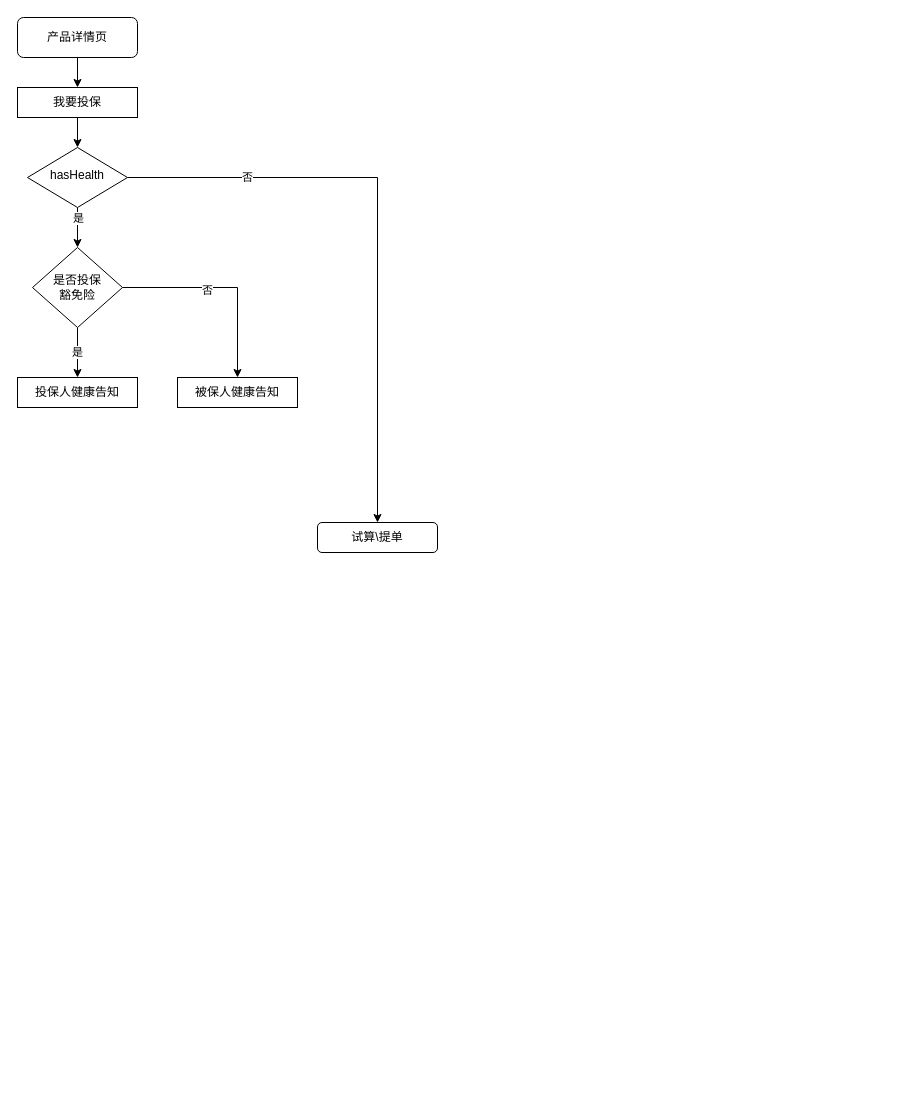
Above: 未命名绘图.drawio in tiantangmowang/diagrams (draw.io), before the change. Source tidied: cells renumbered, new cells numbered last; positions are measured from the earlier drawing's top-left corner, leaving out a move shared by most shapes. Both pictures are drawn from the tidied source at 100%, with x=0, y=0 at pixel (17, 17).
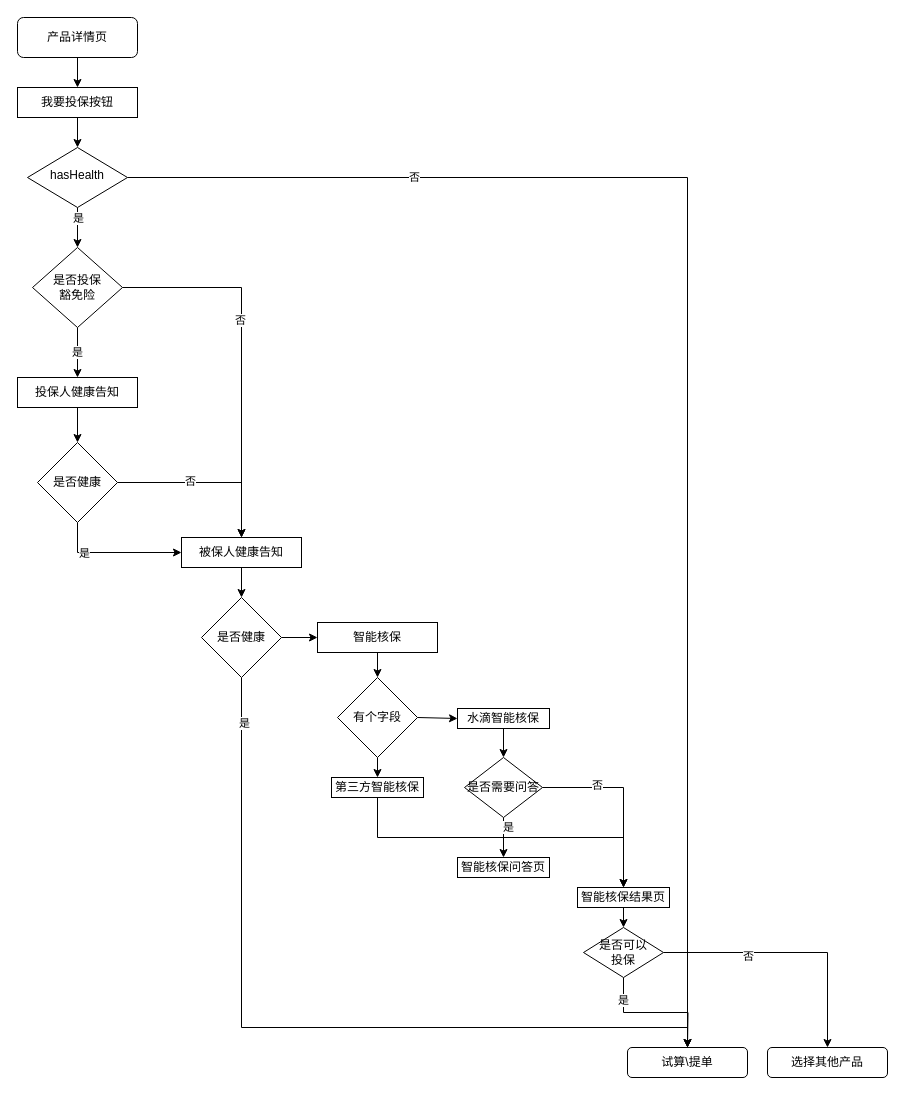
The same diagram, later.

Commit message:
更新未命名绘图.drawio

Unchanged cells that the change refers to:
```xml
<mxCell id="16" value="投保人健康告知" style="rounded=0;whiteSpace=wrap;html=1;" parent="1" vertex="1">
  <mxGeometry y="360" width="120" height="30" as="geometry" />
</mxCell>
```

The edit, as a diff of the source:
```diff
@@
-    <mxCell id="10" value="我要投保" style="rounded=0;whiteSpace=wrap;html=1;" parent="1" vertex="1">
+    <mxCell id="10" value="我要投保按钮" style="rounded=0;whiteSpace=wrap;html=1;" parent="1" vertex="1">
       <mxGeometry y="70" width="120" height="30" as="geometry" />
     </mxCell>
     <mxCell id="11" value="试算\提单" style="rounded=1;whiteSpace=wrap;html=1;" parent="1" vertex="1">
-      <mxGeometry x="300" y="505" width="120" height="30" as="geometry" />
+      <mxGeometry x="610" y="1030" width="120" height="30" as="geometry" />
     </mxCell>
@@
+    <mxCell id="18" style="edgeStyle=none;rounded=0;jettySize=auto;html=1;exitX=0.5;exitY=1;exitDx=0;exitDy=0;" parent="1" edge="1" source="16" target="24">
+      <mxGeometry relative="1" as="geometry" />
+    </mxCell>
@@
+    <mxCell id="19" style="edgeStyle=none;rounded=0;jettySize=auto;html=1;exitX=0.5;exitY=1;exitDx=0;exitDy=0;" parent="1" edge="1" source="17" target="28">
+      <mxGeometry relative="1" as="geometry" />
+    </mxCell>
     <mxCell id="17" value="被保人健康告知" style="rounded=0;whiteSpace=wrap;html=1;" parent="1" vertex="1">
-      <mxGeometry x="160" y="360" width="120" height="30" as="geometry" />
+      <mxGeometry x="164" y="520" width="120" height="30" as="geometry" />
     </mxCell>
+    <mxCell id="20" style="edgeStyle=orthogonalEdgeStyle;rounded=0;jettySize=auto;html=1;exitX=0.5;exitY=1;exitDx=0;exitDy=0;entryX=0;entryY=0.5;entryDx=0;entryDy=0;" parent="1" edge="1" source="24" target="17">
+      <mxGeometry relative="1" as="geometry" />
+    </mxCell>
+    <mxCell id="21" value="是" style="edgeLabel;html=1;align=center;verticalAlign=middle;" parent="20" vertex="1">
+      <mxGeometry x="-0.46" relative="1" as="geometry" />
+    </mxCell>
+    <mxCell id="22" style="edgeStyle=orthogonalEdgeStyle;rounded=0;jettySize=auto;html=1;exitX=1;exitY=0.5;exitDx=0;exitDy=0;entryX=0.5;entryY=0;entryDx=0;entryDy=0;" parent="1" edge="1" source="24" target="17">
+      <mxGeometry relative="1" as="geometry" />
+    </mxCell>
+    <mxCell id="23" value="否" style="edgeLabel;html=1;align=center;verticalAlign=middle;" parent="22" vertex="1">
+      <mxGeometry x="-0.19" y="2" relative="1" as="geometry" />
+    </mxCell>
+    <mxCell id="24" value="是否健康" style="rhombus;whiteSpace=wrap;html=1;" parent="1" vertex="1">
+      <mxGeometry x="20" y="425" width="80" height="80" as="geometry" />
+    </mxCell>
+    <mxCell id="25" style="edgeStyle=orthogonalEdgeStyle;rounded=0;jettySize=auto;html=1;exitX=0.5;exitY=1;exitDx=0;exitDy=0;entryX=0.5;entryY=0;entryDx=0;entryDy=0;" parent="1" edge="1" source="28" target="11">
+      <mxGeometry relative="1" as="geometry">
+        <Array as="points">
+          <mxPoint x="224" y="1010" />
+          <mxPoint x="670" y="1010" />
+        </Array>
+      </mxGeometry>
+    </mxCell>
+    <mxCell id="26" value="是" style="edgeLabel;html=1;align=center;verticalAlign=middle;" parent="25" vertex="1">
+      <mxGeometry x="-0.89" y="2" relative="1" as="geometry" />
+    </mxCell>
+    <mxCell id="27" style="edgeStyle=orthogonalEdgeStyle;rounded=0;jettySize=auto;html=1;exitX=1;exitY=0.5;exitDx=0;exitDy=0;entryX=0;entryY=0.5;entryDx=0;entryDy=0;" parent="1" edge="1" source="28" target="30">
+      <mxGeometry relative="1" as="geometry" />
+    </mxCell>
+    <mxCell id="28" value="是否健康" style="rhombus;whiteSpace=wrap;html=1;" parent="1" vertex="1">
+      <mxGeometry x="184" y="580" width="80" height="80" as="geometry" />
+    </mxCell>
+    <mxCell id="29" style="edgeStyle=none;rounded=0;jettySize=auto;html=1;exitX=0.5;exitY=1;exitDx=0;exitDy=0;" parent="1" edge="1" source="30" target="33">
+      <mxGeometry relative="1" as="geometry" />
+    </mxCell>
+    <mxCell id="30" value="智能核保" style="rounded=0;whiteSpace=wrap;html=1;" parent="1" vertex="1">
+      <mxGeometry x="300" y="605" width="120" height="30" as="geometry" />
+    </mxCell>
+    <mxCell id="31" style="edgeStyle=none;rounded=0;jettySize=auto;html=1;exitX=0.5;exitY=1;exitDx=0;exitDy=0;entryX=0.5;entryY=0;entryDx=0;entryDy=0;" parent="1" edge="1" source="33" target="35">
+      <mxGeometry relative="1" as="geometry" />
+    </mxCell>
+    <mxCell id="32" style="edgeStyle=none;rounded=0;jettySize=auto;html=1;exitX=1;exitY=0.5;exitDx=0;exitDy=0;entryX=0;entryY=0.5;entryDx=0;entryDy=0;" parent="1" edge="1" source="33" target="37">
+      <mxGeometry relative="1" as="geometry" />
+    </mxCell>
+    <mxCell id="33" value="有个字段" style="rhombus;whiteSpace=wrap;html=1;" parent="1" vertex="1">
+      <mxGeometry x="320" y="660" width="80" height="80" as="geometry" />
+    </mxCell>
+    <mxCell id="34" style="edgeStyle=orthogonalEdgeStyle;rounded=0;jettySize=auto;html=1;exitX=0.5;exitY=1;exitDx=0;exitDy=0;" parent="1" edge="1" source="35" target="45">
+      <mxGeometry relative="1" as="geometry">
+        <Array as="points">
+          <mxPoint x="360" y="820" />
+          <mxPoint x="606" y="820" />
+        </Array>
+      </mxGeometry>
+    </mxCell>
+    <mxCell id="35" value="第三方智能核保" style="rounded=0;whiteSpace=wrap;html=1;" parent="1" vertex="1">
+      <mxGeometry x="314" y="760" width="92" height="20" as="geometry" />
+    </mxCell>
+    <mxCell id="36" style="edgeStyle=none;rounded=0;jettySize=auto;html=1;exitX=0.5;exitY=1;exitDx=0;exitDy=0;entryX=0.5;entryY=0;entryDx=0;entryDy=0;" parent="1" edge="1" source="37" target="42">
+      <mxGeometry relative="1" as="geometry" />
+    </mxCell>
+    <mxCell id="37" value="水滴智能核保" style="rounded=0;whiteSpace=wrap;html=1;" parent="1" vertex="1">
+      <mxGeometry x="440" y="691" width="92" height="20" as="geometry" />
+    </mxCell>
+    <mxCell id="38" style="edgeStyle=none;rounded=0;jettySize=auto;html=1;exitX=0.5;exitY=1;exitDx=0;exitDy=0;" parent="1" edge="1" source="42" target="43">
+      <mxGeometry relative="1" as="geometry" />
+    </mxCell>
+    <mxCell id="39" value="是" style="edgeLabel;html=1;align=center;verticalAlign=middle;" parent="38" vertex="1">
+      <mxGeometry x="-0.53" y="4" relative="1" as="geometry" />
+    </mxCell>
+    <mxCell id="40" style="edgeStyle=orthogonalEdgeStyle;rounded=0;jettySize=auto;html=1;exitX=1;exitY=0.5;exitDx=0;exitDy=0;" parent="1" edge="1" source="42" target="45">
+      <mxGeometry relative="1" as="geometry" />
+    </mxCell>
+    <mxCell id="41" value="否" style="edgeLabel;html=1;align=center;verticalAlign=middle;" parent="40" vertex="1">
+      <mxGeometry x="-0.4" y="3" relative="1" as="geometry" />
+    </mxCell>
+    <mxCell id="42" value="是否需要问答" style="rhombus;whiteSpace=wrap;html=1;" parent="1" vertex="1">
+      <mxGeometry x="447" y="740" width="78" height="60" as="geometry" />
+    </mxCell>
+    <mxCell id="43" value="智能核保问答页" style="rounded=0;whiteSpace=wrap;html=1;" parent="1" vertex="1">
+      <mxGeometry x="440" y="840" width="92" height="20" as="geometry" />
+    </mxCell>
+    <mxCell id="44" style="edgeStyle=none;rounded=0;jettySize=auto;html=1;exitX=0.5;exitY=1;exitDx=0;exitDy=0;" parent="1" edge="1" source="45" target="50">
+      <mxGeometry relative="1" as="geometry" />
+    </mxCell>
+    <mxCell id="45" value="智能核保结果页" style="rounded=0;whiteSpace=wrap;html=1;" parent="1" vertex="1">
+      <mxGeometry x="560" y="870" width="92" height="20" as="geometry" />
+    </mxCell>
+    <mxCell id="46" style="edgeStyle=orthogonalEdgeStyle;rounded=0;jettySize=auto;html=1;exitX=0.5;exitY=1;exitDx=0;exitDy=0;" parent="1" edge="1" source="50">
+      <mxGeometry relative="1" as="geometry">
+        <mxPoint x="670" y="1030" as="targetPoint" />
+      </mxGeometry>
+    </mxCell>
+    <mxCell id="47" value="是" style="edgeLabel;html=1;align=center;verticalAlign=middle;" parent="46" vertex="1">
+      <mxGeometry x="-0.67" y="-1" relative="1" as="geometry" />
+    </mxCell>
+    <mxCell id="48" style="edgeStyle=orthogonalEdgeStyle;rounded=0;jettySize=auto;html=1;exitX=1;exitY=0.5;exitDx=0;exitDy=0;" parent="1" edge="1" source="50" target="51">
+      <mxGeometry relative="1" as="geometry" />
+    </mxCell>
+    <mxCell id="49" value="否" style="edgeLabel;html=1;align=center;verticalAlign=middle;" parent="48" vertex="1">
+      <mxGeometry x="-0.35" y="-3" relative="1" as="geometry" />
+    </mxCell>
+    <mxCell id="50" value="是否可以&lt;br&gt;投保" style="rhombus;whiteSpace=wrap;html=1;" parent="1" vertex="1">
+      <mxGeometry x="566" y="910" width="80" height="50" as="geometry" />
+    </mxCell>
+    <mxCell id="51" value="选择其他产品" style="rounded=1;whiteSpace=wrap;html=1;" parent="1" vertex="1">
+      <mxGeometry x="750" y="1030" width="120" height="30" as="geometry" />
+    </mxCell>
```
